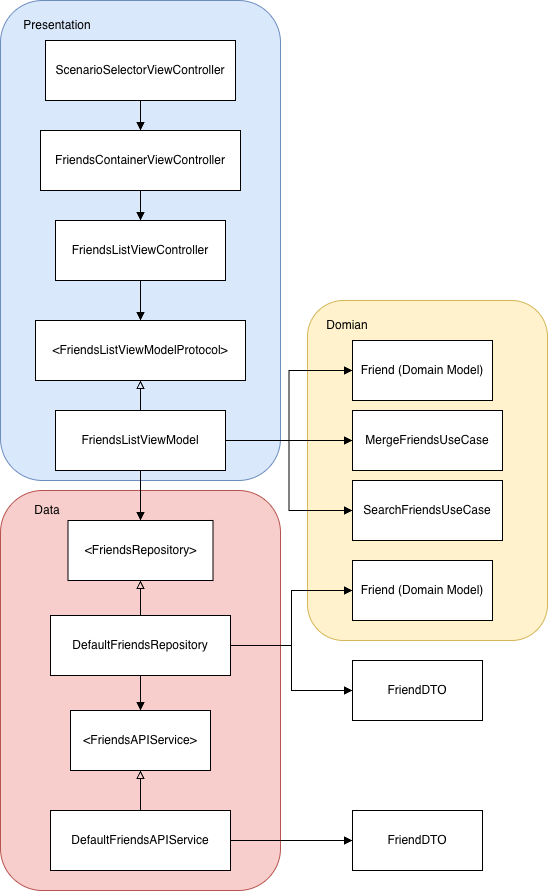
Before: docs/diagrams/HLDUML.drawio.png, a diagram exported from draw.io (ChaoMing0815/FriendsListInterview). Source tidied: cells renumbered, new cells last; positions are measured from the earlier drawing's top-left corner, leaving out a move shared by most shapes. The source it was exported from:
```xml
<mxGraphModel>
  <root>
    <mxCell id="0" />
    <mxCell id="1" parent="0" />
    <mxCell id="2" style="rounded=1;whiteSpace=wrap;html=1;fillColor=#fff2cc;strokeColor=#d6b656;" parent="1" vertex="1">
      <mxGeometry x="307" y="300" width="240" height="340" as="geometry" />
    </mxCell>
    <mxCell id="3" style="rounded=1;whiteSpace=wrap;html=1;fillColor=#f8cecc;strokeColor=#b85450;" parent="1" vertex="1">
      <mxGeometry y="490" width="280" height="400" as="geometry" />
    </mxCell>
    <mxCell id="4" style="rounded=1;whiteSpace=wrap;html=1;fillColor=#dae8fc;strokeColor=#6c8ebf;" parent="1" vertex="1">
      <mxGeometry width="280" height="480" as="geometry" />
    </mxCell>
    <mxCell id="5" value="&amp;lt;FriendsAPIService&amp;gt;" style="rounded=0;whiteSpace=wrap;html=1;" parent="1" vertex="1">
      <mxGeometry x="70" y="710" width="140" height="60" as="geometry" />
    </mxCell>
    <mxCell id="6" value="&amp;lt;FriendsRepository&amp;gt;" style="rounded=0;whiteSpace=wrap;html=1;" parent="1" vertex="1">
      <mxGeometry x="67.5" y="520" width="145" height="60" as="geometry" />
    </mxCell>
    <mxCell id="7" value="MergeFriendsUseCase" style="rounded=0;whiteSpace=wrap;html=1;" parent="1" vertex="1">
      <mxGeometry x="352" y="410" width="150" height="60" as="geometry" />
    </mxCell>
    <mxCell id="8" value="SearchFriendsUseCase" style="rounded=0;whiteSpace=wrap;html=1;" parent="1" vertex="1">
      <mxGeometry x="352" y="480" width="150" height="60" as="geometry" />
    </mxCell>
    <mxCell id="9" value="FriendDTO" style="rounded=0;whiteSpace=wrap;html=1;" parent="1" vertex="1">
      <mxGeometry x="352" y="810" width="130" height="60" as="geometry" />
    </mxCell>
    <mxCell id="10" value="Friend (Domain Model)" style="rounded=0;whiteSpace=wrap;html=1;" parent="1" vertex="1">
      <mxGeometry x="352" y="340" width="140" height="60" as="geometry" />
    </mxCell>
    <mxCell id="11" style="edgeStyle=orthogonalEdgeStyle;rounded=0;jettySize=auto;html=1;entryX=0;entryY=0.5;entryDx=0;entryDy=0;endArrow=block;endFill=1;" parent="1" edge="1" source="16" target="7">
      <mxGeometry relative="1" as="geometry" />
    </mxCell>
    <mxCell id="12" style="edgeStyle=orthogonalEdgeStyle;rounded=0;jettySize=auto;html=1;exitX=1;exitY=0.5;exitDx=0;exitDy=0;entryX=0;entryY=0.5;entryDx=0;entryDy=0;endArrow=block;endFill=1;" parent="1" edge="1" source="16" target="10">
      <mxGeometry relative="1" as="geometry" />
    </mxCell>
    <mxCell id="13" style="edgeStyle=orthogonalEdgeStyle;rounded=0;jettySize=auto;html=1;exitX=1;exitY=0.5;exitDx=0;exitDy=0;entryX=0;entryY=0.5;entryDx=0;entryDy=0;endArrow=block;endFill=1;" parent="1" edge="1" source="16" target="8">
      <mxGeometry relative="1" as="geometry" />
    </mxCell>
    <mxCell id="14" style="edgeStyle=orthogonalEdgeStyle;rounded=0;jettySize=auto;html=1;exitX=0.5;exitY=1;exitDx=0;exitDy=0;entryX=0.5;entryY=0;entryDx=0;entryDy=0;endArrow=block;endFill=1;" parent="1" edge="1" source="16" target="6">
      <mxGeometry relative="1" as="geometry" />
    </mxCell>
    <mxCell id="15" style="edgeStyle=orthogonalEdgeStyle;rounded=0;jettySize=auto;html=1;exitX=0.5;exitY=0;exitDx=0;exitDy=0;entryX=0.5;entryY=1;entryDx=0;entryDy=0;endArrow=block;endFill=0;" parent="1" edge="1" source="16" target="29">
      <mxGeometry relative="1" as="geometry" />
    </mxCell>
    <mxCell id="16" value="FriendsListViewModel" style="rounded=0;whiteSpace=wrap;html=1;" parent="1" vertex="1">
      <mxGeometry x="55" y="410" width="170" height="60" as="geometry" />
    </mxCell>
    <mxCell id="17" value="FriendsListViewController" style="rounded=0;whiteSpace=wrap;html=1;" parent="1" vertex="1">
      <mxGeometry x="55" y="220" width="170" height="60" as="geometry" />
    </mxCell>
    <mxCell id="18" style="edgeStyle=orthogonalEdgeStyle;rounded=0;jettySize=auto;html=1;exitX=0.5;exitY=1;exitDx=0;exitDy=0;entryX=0.5;entryY=0;entryDx=0;entryDy=0;endArrow=block;endFill=1;" parent="1" edge="1" source="19" target="21">
      <mxGeometry relative="1" as="geometry" />
    </mxCell>
    <mxCell id="19" value="ScenarioSelectorViewController" style="rounded=0;whiteSpace=wrap;html=1;" parent="1" vertex="1">
      <mxGeometry x="45" y="40" width="190" height="60" as="geometry" />
    </mxCell>
    <mxCell id="20" style="edgeStyle=orthogonalEdgeStyle;rounded=0;jettySize=auto;html=1;exitX=0.5;exitY=1;exitDx=0;exitDy=0;endArrow=block;endFill=1;" parent="1" edge="1" source="21" target="17">
      <mxGeometry relative="1" as="geometry" />
    </mxCell>
    <mxCell id="21" value="FriendsContainerViewController" style="rounded=0;whiteSpace=wrap;html=1;" parent="1" vertex="1">
      <mxGeometry x="40" y="130" width="200" height="60" as="geometry" />
    </mxCell>
    <mxCell id="22" style="edgeStyle=orthogonalEdgeStyle;rounded=0;jettySize=auto;html=1;exitX=0.5;exitY=0;exitDx=0;exitDy=0;entryX=0.5;entryY=1;entryDx=0;entryDy=0;endArrow=block;endFill=0;" parent="1" edge="1" source="24" target="5">
      <mxGeometry relative="1" as="geometry" />
    </mxCell>
    <mxCell id="23" style="edgeStyle=orthogonalEdgeStyle;rounded=0;jettySize=auto;html=1;exitX=1;exitY=0.5;exitDx=0;exitDy=0;entryX=0;entryY=0.5;entryDx=0;entryDy=0;endArrow=block;endFill=1;" parent="1" edge="1" source="24" target="9">
      <mxGeometry relative="1" as="geometry" />
    </mxCell>
    <mxCell id="24" value="DefaultFriendsAPIService" style="rounded=0;whiteSpace=wrap;html=1;" parent="1" vertex="1">
      <mxGeometry x="50" y="810" width="180" height="60" as="geometry" />
    </mxCell>
    <mxCell id="25" style="edgeStyle=orthogonalEdgeStyle;rounded=0;jettySize=auto;html=1;exitX=0.5;exitY=1;exitDx=0;exitDy=0;entryX=0.5;entryY=0;entryDx=0;entryDy=0;endArrow=block;endFill=1;" parent="1" edge="1" source="28" target="5">
      <mxGeometry relative="1" as="geometry" />
    </mxCell>
    <mxCell id="26" style="edgeStyle=orthogonalEdgeStyle;rounded=0;jettySize=auto;html=1;exitX=0.5;exitY=0;exitDx=0;exitDy=0;endArrow=block;endFill=0;" parent="1" edge="1" source="28" target="6">
      <mxGeometry relative="1" as="geometry" />
    </mxCell>
    <mxCell id="27" style="edgeStyle=orthogonalEdgeStyle;rounded=0;jettySize=auto;html=1;exitX=1;exitY=0.5;exitDx=0;exitDy=0;entryX=0;entryY=0.5;entryDx=0;entryDy=0;endArrow=block;endFill=1;" parent="1" edge="1" source="28" target="34">
      <mxGeometry relative="1" as="geometry" />
    </mxCell>
    <mxCell id="28" value="DefaultFriendsRepository" style="rounded=0;whiteSpace=wrap;html=1;" parent="1" vertex="1">
      <mxGeometry x="50" y="615" width="180" height="60" as="geometry" />
    </mxCell>
    <mxCell id="29" value="&amp;lt;FriendsListViewModelProtocol&amp;gt;" style="rounded=0;whiteSpace=wrap;html=1;" parent="1" vertex="1">
      <mxGeometry x="35" y="320" width="210" height="60" as="geometry" />
    </mxCell>
    <mxCell id="30" style="edgeStyle=orthogonalEdgeStyle;rounded=0;jettySize=auto;html=1;exitX=0.5;exitY=1;exitDx=0;exitDy=0;endArrow=block;endFill=1;" parent="1" edge="1" source="17">
      <mxGeometry relative="1" as="geometry">
        <mxPoint x="140" y="320" as="targetPoint" />
      </mxGeometry>
    </mxCell>
    <mxCell id="31" value="Presentation" style="text;html=1;whiteSpace=wrap;strokeColor=none;fillColor=none;align=center;verticalAlign=middle;rounded=0;" parent="1" vertex="1">
      <mxGeometry x="27" y="10" width="60" height="30" as="geometry" />
    </mxCell>
    <mxCell id="32" value="Domian" style="text;html=1;whiteSpace=wrap;strokeColor=none;fillColor=none;align=center;verticalAlign=middle;rounded=0;" parent="1" vertex="1">
      <mxGeometry x="317" y="310" width="60" height="30" as="geometry" />
    </mxCell>
    <mxCell id="33" value="FriendDTO" style="rounded=0;whiteSpace=wrap;html=1;" parent="1" vertex="1">
      <mxGeometry x="352" y="660" width="130" height="60" as="geometry" />
    </mxCell>
    <mxCell id="34" value="Friend (Domain Model)" style="rounded=0;whiteSpace=wrap;html=1;" parent="1" vertex="1">
      <mxGeometry x="352" y="560" width="140" height="60" as="geometry" />
    </mxCell>
    <mxCell id="35" style="edgeStyle=orthogonalEdgeStyle;rounded=0;jettySize=auto;html=1;exitX=1;exitY=0.5;exitDx=0;exitDy=0;entryX=0;entryY=0.5;entryDx=0;entryDy=0;endArrow=block;endFill=1;" parent="1" edge="1" source="28" target="33">
      <mxGeometry relative="1" as="geometry" />
    </mxCell>
    <mxCell id="36" value="Data" style="text;html=1;whiteSpace=wrap;strokeColor=none;fillColor=none;align=center;verticalAlign=middle;rounded=0;" parent="1" vertex="1">
      <mxGeometry x="17" y="495" width="60" height="30" as="geometry" />
    </mxCell>
  </root>
</mxGraphModel>
```
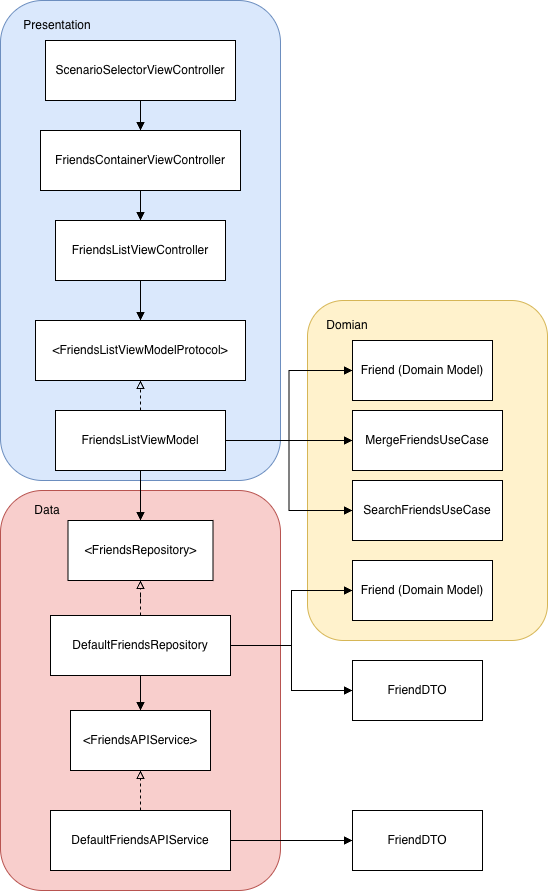
Later version of the same file.

Commit message:
Update HLDUML diagram

The edit, as a diff of the source:
```diff
@@ -41,7 +41,7 @@
     <mxCell id="14" style="edgeStyle=orthogonalEdgeStyle;rounded=0;jettySize=auto;html=1;exitX=0.5;exitY=1;exitDx=0;exitDy=0;entryX=0.5;entryY=0;entryDx=0;entryDy=0;endArrow=block;endFill=1;" parent="1" edge="1" source="16" target="6">
       <mxGeometry relative="1" as="geometry" />
     </mxCell>
-    <mxCell id="15" style="edgeStyle=orthogonalEdgeStyle;rounded=0;jettySize=auto;html=1;exitX=0.5;exitY=0;exitDx=0;exitDy=0;entryX=0.5;entryY=1;entryDx=0;entryDy=0;endArrow=block;endFill=0;" parent="1" edge="1" source="16" target="29">
+    <mxCell id="15" style="edgeStyle=orthogonalEdgeStyle;rounded=0;jettySize=auto;html=1;exitX=0.5;exitY=0;exitDx=0;exitDy=0;entryX=0.5;entryY=1;entryDx=0;entryDy=0;endArrow=block;endFill=0;dashed=1;" parent="1" edge="1" source="16" target="29">
       <mxGeometry relative="1" as="geometry" />
     </mxCell>
     <mxCell id="16" value="FriendsListViewModel" style="rounded=0;whiteSpace=wrap;html=1;" parent="1" vertex="1">
@@ -62,7 +62,7 @@
     <mxCell id="21" value="FriendsContainerViewController" style="rounded=0;whiteSpace=wrap;html=1;" parent="1" vertex="1">
       <mxGeometry x="40" y="130" width="200" height="60" as="geometry" />
     </mxCell>
-    <mxCell id="22" style="edgeStyle=orthogonalEdgeStyle;rounded=0;jettySize=auto;html=1;exitX=0.5;exitY=0;exitDx=0;exitDy=0;entryX=0.5;entryY=1;entryDx=0;entryDy=0;endArrow=block;endFill=0;" parent="1" edge="1" source="24" target="5">
+    <mxCell id="22" style="edgeStyle=orthogonalEdgeStyle;rounded=0;jettySize=auto;html=1;exitX=0.5;exitY=0;exitDx=0;exitDy=0;entryX=0.5;entryY=1;entryDx=0;entryDy=0;endArrow=block;endFill=0;dashed=1;" parent="1" edge="1" source="24" target="5">
       <mxGeometry relative="1" as="geometry" />
     </mxCell>
     <mxCell id="23" style="edgeStyle=orthogonalEdgeStyle;rounded=0;jettySize=auto;html=1;exitX=1;exitY=0.5;exitDx=0;exitDy=0;entryX=0;entryY=0.5;entryDx=0;entryDy=0;endArrow=block;endFill=1;" parent="1" edge="1" source="24" target="9">
@@ -74,7 +74,7 @@
     <mxCell id="25" style="edgeStyle=orthogonalEdgeStyle;rounded=0;jettySize=auto;html=1;exitX=0.5;exitY=1;exitDx=0;exitDy=0;entryX=0.5;entryY=0;entryDx=0;entryDy=0;endArrow=block;endFill=1;" parent="1" edge="1" source="28" target="5">
       <mxGeometry relative="1" as="geometry" />
     </mxCell>
-    <mxCell id="26" style="edgeStyle=orthogonalEdgeStyle;rounded=0;jettySize=auto;html=1;exitX=0.5;exitY=0;exitDx=0;exitDy=0;endArrow=block;endFill=0;" parent="1" edge="1" source="28" target="6">
+    <mxCell id="26" style="edgeStyle=orthogonalEdgeStyle;rounded=0;jettySize=auto;html=1;exitX=0.5;exitY=0;exitDx=0;exitDy=0;endArrow=block;endFill=0;dashed=1;" parent="1" edge="1" source="28" target="6">
       <mxGeometry relative="1" as="geometry" />
     </mxCell>
     <mxCell id="27" style="edgeStyle=orthogonalEdgeStyle;rounded=0;jettySize=auto;html=1;exitX=1;exitY=0.5;exitDx=0;exitDy=0;entryX=0;entryY=0.5;entryDx=0;entryDy=0;endArrow=block;endFill=1;" parent="1" edge="1" source="28" target="34">
```
